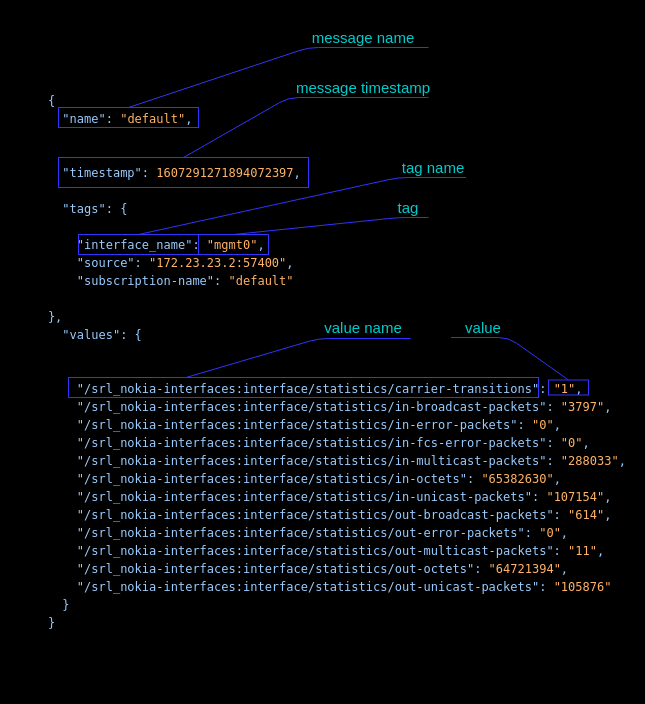
Above: diagrams/event_msg.drawio in karimra/gnmic (draw.io), before the change. Source tidied: cells renumbered, new cells numbered last; positions are measured from the earlier drawing's top-left corner, leaving out a move shared by most shapes. Both pictures are drawn from the tidied source at 100%, with x=0, y=0 at pixel (17, 17).
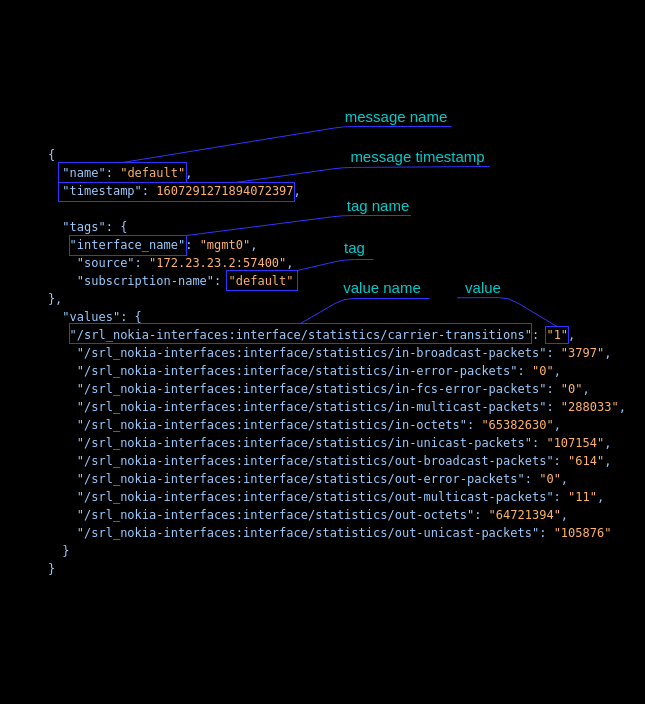
Above is the later version.

Diff of the diagram source:
```diff
@@
-    <mxCell id="2" value="&lt;div style=&quot;font-family: &amp;#34;menlo&amp;#34; , &amp;#34;monaco&amp;#34; , &amp;#34;courier new&amp;#34; , monospace ; line-height: 18px&quot;&gt;&lt;div&gt;&lt;font color=&quot;#99ccff&quot;&gt;&amp;nbsp; &amp;nbsp;&amp;nbsp;&lt;/font&gt;&lt;/div&gt;&lt;div&gt;&lt;font color=&quot;#99ccff&quot;&gt;&amp;nbsp; &amp;nbsp; {&lt;/font&gt;&lt;/div&gt;&lt;div&gt;&lt;font color=&quot;#99ccff&quot;&gt;&amp;nbsp; &amp;nbsp; &amp;nbsp; &quot;name&quot;: &lt;/font&gt;&lt;font color=&quot;#ffb366&quot;&gt;&quot;default&quot;&lt;/font&gt;&lt;font color=&quot;#99ccff&quot;&gt;,&lt;/font&gt;&lt;/div&gt;&lt;div&gt;&lt;br&gt;&lt;/div&gt;&lt;div&gt;&lt;font color=&quot;#99ccff&quot;&gt;&lt;br&gt;&lt;/font&gt;&lt;/div&gt;&lt;div&gt;&lt;font color=&quot;#99ccff&quot;&gt;&amp;nbsp; &amp;nbsp; &amp;nbsp; &quot;timestamp&quot;: &lt;/font&gt;&lt;font color=&quot;#ffb366&quot;&gt;1607291271894072397&lt;/font&gt;&lt;font color=&quot;#99ccff&quot;&gt;,&lt;/font&gt;&lt;/div&gt;&lt;div&gt;&lt;font color=&quot;#99ccff&quot;&gt;&lt;br&gt;&lt;/font&gt;&lt;/div&gt;&lt;div&gt;&lt;font color=&quot;#99ccff&quot;&gt;&amp;nbsp; &amp;nbsp; &amp;nbsp; &quot;tags&quot;: {&lt;/font&gt;&lt;/div&gt;&lt;div&gt;&lt;br&gt;&lt;/div&gt;&lt;div&gt;&lt;font color=&quot;#99ccff&quot;&gt;&amp;nbsp; &amp;nbsp; &amp;nbsp; &amp;nbsp; &quot;interface_name&quot;: &lt;/font&gt;&lt;font color=&quot;#ffb366&quot;&gt;&quot;mgmt0&quot;&lt;/font&gt;&lt;font color=&quot;#99ccff&quot;&gt;,&lt;/font&gt;&lt;/div&gt;&lt;div&gt;&lt;font color=&quot;#99ccff&quot;&gt;&amp;nbsp; &amp;nbsp; &amp;nbsp; &amp;nbsp; &quot;source&quot;: &lt;/font&gt;&lt;font color=&quot;#ffb366&quot;&gt;&quot;172.23.23.2:57400&quot;&lt;/font&gt;&lt;font color=&quot;#99ccff&quot;&gt;,&lt;/font&gt;&lt;/div&gt;&lt;div&gt;&lt;font color=&quot;#99ccff&quot;&gt;&amp;nbsp; &amp;nbsp; &amp;nbsp; &amp;nbsp; &quot;subscription-name&quot;: &lt;/font&gt;&lt;font color=&quot;#ffb366&quot;&gt;&quot;default&quot;&lt;/font&gt;&lt;/div&gt;&lt;div&gt;&lt;font color=&quot;#99ccff&quot;&gt;&lt;br&gt;&lt;/font&gt;&lt;/div&gt;&lt;div&gt;&lt;font color=&quot;#99ccff&quot;&gt;&amp;nbsp; &amp;nbsp; },&lt;/font&gt;&lt;/div&gt;&lt;div&gt;&lt;font color=&quot;#99ccff&quot;&gt;&amp;nbsp; &amp;nbsp; &amp;nbsp; &quot;values&quot;: {&lt;/font&gt;&lt;/div&gt;&lt;div&gt;&lt;font color=&quot;#99ccff&quot;&gt;&lt;br&gt;&lt;/font&gt;&lt;/div&gt;&lt;div&gt;&lt;br&gt;&lt;/div&gt;&lt;div&gt;&lt;font color=&quot;#99ccff&quot;&gt;&amp;nbsp; &amp;nbsp; &amp;nbsp; &amp;nbsp; &quot;/srl_nokia-interfaces:interface/statistics/carrier-transitions&quot;: &lt;/font&gt;&lt;font color=&quot;#ffb366&quot;&gt;&quot;1&quot;&lt;/font&gt;&lt;font color=&quot;#99ccff&quot;&gt;,&lt;/font&gt;&lt;/div&gt;&lt;div&gt;&lt;font color=&quot;#99ccff&quot;&gt;&amp;nbsp; &amp;nbsp; &amp;nbsp; &amp;nbsp; &quot;/srl_nokia-interfaces:interface/statistics/in-broadcast-packets&quot;: &lt;/font&gt;&lt;font color=&quot;#ffb366&quot;&gt;&quot;3797&quot;&lt;/font&gt;&lt;font color=&quot;#99ccff&quot;&gt;,&lt;/font&gt;&lt;/div&gt;&lt;div&gt;&lt;font color=&quot;#99ccff&quot;&gt;&amp;nbsp; &amp;nbsp; &amp;nbsp; &amp;nbsp; &quot;/srl_nokia-interfaces:interface/statistics/in-error-packets&quot;:&lt;/font&gt;&lt;font color=&quot;#ffb366&quot;&gt; &quot;0&quot;&lt;/font&gt;&lt;font color=&quot;#99ccff&quot;&gt;,&lt;/font&gt;&lt;/div&gt;&lt;div&gt;&lt;font color=&quot;#99ccff&quot;&gt;&amp;nbsp; &amp;nbsp; &amp;nbsp; &amp;nbsp; &quot;/srl_nokia-interfaces:interface/statistics/in-fcs-error-packets&quot;: &lt;/font&gt;&lt;font color=&quot;#ffb366&quot;&gt;&quot;0&quot;&lt;/font&gt;&lt;font color=&quot;#99ccff&quot;&gt;,&lt;/font&gt;&lt;/div&gt;&lt;div&gt;&lt;font color=&quot;#99ccff&quot;&gt;&amp;nbsp; &amp;nbsp; &amp;nbsp; &amp;nbsp; &quot;/srl_nokia-interfaces:interface/statistics/in-multicast-packets&quot;: &lt;/font&gt;&lt;font color=&quot;#ffb366&quot;&gt;&quot;288033&quot;&lt;/font&gt;&lt;font color=&quot;#99ccff&quot;&gt;,&lt;/font&gt;&lt;/div&gt;&lt;div&gt;&lt;font color=&quot;#99ccff&quot;&gt;&amp;nbsp; &amp;nbsp; &amp;nbsp; &amp;nbsp; &quot;/srl_nokia-interfaces:interface/statistics/in-octets&quot;: &lt;/font&gt;&lt;font color=&quot;#ffb366&quot;&gt;&quot;65382630&quot;&lt;/font&gt;&lt;font color=&quot;#99ccff&quot;&gt;,&lt;/font&gt;&lt;/div&gt;&lt;div&gt;&lt;font color=&quot;#99ccff&quot;&gt;&amp;nbsp; &amp;nbsp; &amp;nbsp; &amp;nbsp; &quot;/srl_nokia-interfaces:interface/statistics/in-unicast-packets&quot;: &lt;/font&gt;&lt;font color=&quot;#ffb366&quot;&gt;&quot;107154&quot;&lt;/font&gt;&lt;font color=&quot;#99ccff&quot;&gt;,&lt;/font&gt;&lt;/div&gt;&lt;div&gt;&lt;font color=&quot;#99ccff&quot;&gt;&amp;nbsp; &amp;nbsp; &amp;nbsp; &amp;nbsp; &quot;/srl_nokia-interfaces:interface/statistics/out-broadcast-packets&quot;: &lt;/font&gt;&lt;font color=&quot;#ffb366&quot;&gt;&quot;614&quot;&lt;/font&gt;&lt;font color=&quot;#99ccff&quot;&gt;,&lt;/font&gt;&lt;/div&gt;&lt;div&gt;&lt;font color=&quot;#99ccff&quot;&gt;&amp;nbsp; &amp;nbsp; &amp;nbsp; &amp;nbsp; &quot;/srl_nokia-interfaces:interface/statistics/out-error-packets&quot;:&lt;/font&gt;&lt;font color=&quot;#ffb366&quot;&gt; &quot;0&quot;&lt;/font&gt;&lt;font color=&quot;#99ccff&quot;&gt;,&lt;/font&gt;&lt;/div&gt;&lt;div&gt;&lt;font color=&quot;#99ccff&quot;&gt;&amp;nbsp; &amp;nbsp; &amp;nbsp; &amp;nbsp; &quot;/srl_nokia-interfaces:interface/statistics/out-multicast-packets&quot;: &lt;/font&gt;&lt;font color=&quot;#ffb366&quot;&gt;&quot;11&quot;&lt;/font&gt;&lt;font color=&quot;#99ccff&quot;&gt;,&lt;/font&gt;&lt;/div&gt;&lt;div&gt;&lt;font color=&quot;#99ccff&quot;&gt;&amp;nbsp; &amp;nbsp; &amp;nbsp; &amp;nbsp; &quot;/srl_nokia-interfaces:interface/statistics/out-octets&quot;: &lt;/font&gt;&lt;font color=&quot;#ffb366&quot;&gt;&quot;64721394&quot;&lt;/font&gt;&lt;font color=&quot;#99ccff&quot;&gt;,&lt;/font&gt;&lt;/div&gt;&lt;div&gt;&lt;font color=&quot;#99ccff&quot;&gt;&amp;nbsp; &amp;nbsp; &amp;nbsp; &amp;nbsp; &quot;/srl_nokia-interfaces:interface/statistics/out-unicast-packets&quot;: &lt;/font&gt;&lt;font color=&quot;#ffb366&quot;&gt;&quot;105876&quot;&lt;/font&gt;&lt;/div&gt;&lt;div&gt;&lt;font color=&quot;#99ccff&quot;&gt;&amp;nbsp; &amp;nbsp; &amp;nbsp; }&lt;/font&gt;&lt;/div&gt;&lt;div&gt;&lt;font color=&quot;#99ccff&quot;&gt;&amp;nbsp; &amp;nbsp; }&lt;/font&gt;&lt;/div&gt;&lt;/div&gt;" style="text;html=1;strokeColor=none;fillColor=none;align=left;verticalAlign=middle;whiteSpace=wrap;rounded=0;" parent="1" vertex="1">
+    <mxCell id="2" value="&lt;div style=&quot;font-family: &amp;#34;menlo&amp;#34; , &amp;#34;monaco&amp;#34; , &amp;#34;courier new&amp;#34; , monospace ; line-height: 18px&quot;&gt;&lt;div&gt;&lt;font color=&quot;#99ccff&quot;&gt;&amp;nbsp; &amp;nbsp;&amp;nbsp;&lt;/font&gt;&lt;/div&gt;&lt;div&gt;&lt;font color=&quot;#99ccff&quot;&gt;&amp;nbsp; &amp;nbsp; {&lt;/font&gt;&lt;/div&gt;&lt;div&gt;&lt;font color=&quot;#99ccff&quot;&gt;&amp;nbsp; &amp;nbsp; &amp;nbsp; &quot;name&quot;: &lt;/font&gt;&lt;font color=&quot;#ffb366&quot;&gt;&quot;default&quot;&lt;/font&gt;&lt;font color=&quot;#99ccff&quot;&gt;,&lt;/font&gt;&lt;/div&gt;&lt;div&gt;&lt;font color=&quot;#99ccff&quot;&gt;&amp;nbsp; &amp;nbsp; &amp;nbsp; &quot;timestamp&quot;: &lt;/font&gt;&lt;font color=&quot;#ffb366&quot;&gt;1607291271894072397&lt;/font&gt;&lt;font color=&quot;#99ccff&quot;&gt;,&lt;/font&gt;&lt;/div&gt;&lt;div&gt;&lt;font color=&quot;#99ccff&quot;&gt;&lt;br&gt;&lt;/font&gt;&lt;/div&gt;&lt;div&gt;&lt;font color=&quot;#99ccff&quot;&gt;&amp;nbsp; &amp;nbsp; &amp;nbsp; &quot;tags&quot;: {&lt;/font&gt;&lt;/div&gt;&lt;div&gt;&lt;font color=&quot;#99ccff&quot;&gt;&amp;nbsp; &amp;nbsp; &amp;nbsp; &amp;nbsp;&quot;interface_name&quot;: &lt;/font&gt;&lt;font color=&quot;#ffb366&quot;&gt;&quot;mgmt0&quot;&lt;/font&gt;&lt;font color=&quot;#99ccff&quot;&gt;,&lt;/font&gt;&lt;br&gt;&lt;/div&gt;&lt;div&gt;&lt;font color=&quot;#99ccff&quot;&gt;&amp;nbsp; &amp;nbsp; &amp;nbsp; &amp;nbsp; &quot;source&quot;: &lt;/font&gt;&lt;font color=&quot;#ffb366&quot;&gt;&quot;172.23.23.2:57400&quot;&lt;/font&gt;&lt;font color=&quot;#99ccff&quot;&gt;,&lt;/font&gt;&lt;/div&gt;&lt;div&gt;&lt;font color=&quot;#99ccff&quot;&gt;&amp;nbsp; &amp;nbsp; &amp;nbsp; &amp;nbsp; &quot;subscription-name&quot;: &lt;/font&gt;&lt;font color=&quot;#ffb366&quot;&gt;&quot;default&quot;&lt;/font&gt;&lt;/div&gt;&lt;div&gt;&lt;font color=&quot;#99ccff&quot;&gt;&amp;nbsp; &amp;nbsp; },&lt;/font&gt;&lt;/div&gt;&lt;div&gt;&lt;font color=&quot;#99ccff&quot;&gt;&amp;nbsp; &amp;nbsp; &amp;nbsp; &quot;values&quot;: {&lt;/font&gt;&lt;/div&gt;&lt;div&gt;&lt;font color=&quot;#99ccff&quot;&gt;&amp;nbsp; &amp;nbsp; &amp;nbsp; &amp;nbsp;&quot;/srl_nokia-interfaces:interface/statistics/carrier-transitions&quot;: &lt;/font&gt;&lt;font color=&quot;#ffb366&quot;&gt;&quot;1&quot;&lt;/font&gt;&lt;font color=&quot;#99ccff&quot;&gt;,&lt;/font&gt;&lt;br&gt;&lt;/div&gt;&lt;div&gt;&lt;font color=&quot;#99ccff&quot;&gt;&amp;nbsp; &amp;nbsp; &amp;nbsp; &amp;nbsp; &quot;/srl_nokia-interfaces:interface/statistics/in-broadcast-packets&quot;: &lt;/font&gt;&lt;font color=&quot;#ffb366&quot;&gt;&quot;3797&quot;&lt;/font&gt;&lt;font color=&quot;#99ccff&quot;&gt;,&lt;/font&gt;&lt;/div&gt;&lt;div&gt;&lt;font color=&quot;#99ccff&quot;&gt;&amp;nbsp; &amp;nbsp; &amp;nbsp; &amp;nbsp; &quot;/srl_nokia-interfaces:interface/statistics/in-error-packets&quot;:&lt;/font&gt;&lt;font color=&quot;#ffb366&quot;&gt; &quot;0&quot;&lt;/font&gt;&lt;font color=&quot;#99ccff&quot;&gt;,&lt;/font&gt;&lt;/div&gt;&lt;div&gt;&lt;font color=&quot;#99ccff&quot;&gt;&amp;nbsp; &amp;nbsp; &amp;nbsp; &amp;nbsp; &quot;/srl_nokia-interfaces:interface/statistics/in-fcs-error-packets&quot;: &lt;/font&gt;&lt;font color=&quot;#ffb366&quot;&gt;&quot;0&quot;&lt;/font&gt;&lt;font color=&quot;#99ccff&quot;&gt;,&lt;/font&gt;&lt;/div&gt;&lt;div&gt;&lt;font color=&quot;#99ccff&quot;&gt;&amp;nbsp; &amp;nbsp; &amp;nbsp; &amp;nbsp; &quot;/srl_nokia-interfaces:interface/statistics/in-multicast-packets&quot;: &lt;/font&gt;&lt;font color=&quot;#ffb366&quot;&gt;&quot;288033&quot;&lt;/font&gt;&lt;font color=&quot;#99ccff&quot;&gt;,&lt;/font&gt;&lt;/div&gt;&lt;div&gt;&lt;font color=&quot;#99ccff&quot;&gt;&amp;nbsp; &amp;nbsp; &amp;nbsp; &amp;nbsp; &quot;/srl_nokia-interfaces:interface/statistics/in-octets&quot;: &lt;/font&gt;&lt;font color=&quot;#ffb366&quot;&gt;&quot;65382630&quot;&lt;/font&gt;&lt;font color=&quot;#99ccff&quot;&gt;,&lt;/font&gt;&lt;/div&gt;&lt;div&gt;&lt;font color=&quot;#99ccff&quot;&gt;&amp;nbsp; &amp;nbsp; &amp;nbsp; &amp;nbsp; &quot;/srl_nokia-interfaces:interface/statistics/in-unicast-packets&quot;: &lt;/font&gt;&lt;font color=&quot;#ffb366&quot;&gt;&quot;107154&quot;&lt;/font&gt;&lt;font color=&quot;#99ccff&quot;&gt;,&lt;/font&gt;&lt;/div&gt;&lt;div&gt;&lt;font color=&quot;#99ccff&quot;&gt;&amp;nbsp; &amp;nbsp; &amp;nbsp; &amp;nbsp; &quot;/srl_nokia-interfaces:interface/statistics/out-broadcast-packets&quot;: &lt;/font&gt;&lt;font color=&quot;#ffb366&quot;&gt;&quot;614&quot;&lt;/font&gt;&lt;font color=&quot;#99ccff&quot;&gt;,&lt;/font&gt;&lt;/div&gt;&lt;div&gt;&lt;font color=&quot;#99ccff&quot;&gt;&amp;nbsp; &amp;nbsp; &amp;nbsp; &amp;nbsp; &quot;/srl_nokia-interfaces:interface/statistics/out-error-packets&quot;:&lt;/font&gt;&lt;font color=&quot;#ffb366&quot;&gt; &quot;0&quot;&lt;/font&gt;&lt;font color=&quot;#99ccff&quot;&gt;,&lt;/font&gt;&lt;/div&gt;&lt;div&gt;&lt;font color=&quot;#99ccff&quot;&gt;&amp;nbsp; &amp;nbsp; &amp;nbsp; &amp;nbsp; &quot;/srl_nokia-interfaces:interface/statistics/out-multicast-packets&quot;: &lt;/font&gt;&lt;font color=&quot;#ffb366&quot;&gt;&quot;11&quot;&lt;/font&gt;&lt;font color=&quot;#99ccff&quot;&gt;,&lt;/font&gt;&lt;/div&gt;&lt;div&gt;&lt;font color=&quot;#99ccff&quot;&gt;&amp;nbsp; &amp;nbsp; &amp;nbsp; &amp;nbsp; &quot;/srl_nokia-interfaces:interface/statistics/out-octets&quot;: &lt;/font&gt;&lt;font color=&quot;#ffb366&quot;&gt;&quot;64721394&quot;&lt;/font&gt;&lt;font color=&quot;#99ccff&quot;&gt;,&lt;/font&gt;&lt;/div&gt;&lt;div&gt;&lt;font color=&quot;#99ccff&quot;&gt;&amp;nbsp; &amp;nbsp; &amp;nbsp; &amp;nbsp; &quot;/srl_nokia-interfaces:interface/statistics/out-unicast-packets&quot;: &lt;/font&gt;&lt;font color=&quot;#ffb366&quot;&gt;&quot;105876&quot;&lt;/font&gt;&lt;/div&gt;&lt;div&gt;&lt;font color=&quot;#99ccff&quot;&gt;&amp;nbsp; &amp;nbsp; &amp;nbsp; }&lt;/font&gt;&lt;/div&gt;&lt;div&gt;&lt;font color=&quot;#99ccff&quot;&gt;&amp;nbsp; &amp;nbsp; }&lt;/font&gt;&lt;/div&gt;&lt;/div&gt;" style="text;html=1;strokeColor=none;fillColor=none;align=left;verticalAlign=middle;whiteSpace=wrap;rounded=0;" parent="1" vertex="1">
       <mxGeometry width="611" height="670" as="geometry" />
     </mxCell>
     <mxCell id="3" value="&lt;font style=&quot;font-size: 15px&quot; color=&quot;#00cccc&quot;&gt;message name&lt;/font&gt;" style="text;html=1;strokeColor=none;fillColor=none;align=center;verticalAlign=middle;whiteSpace=wrap;rounded=0;" parent="1" vertex="1">
-      <mxGeometry x="281" y="10" width="130" height="20" as="geometry" />
+      <mxGeometry x="324" y="89" width="110" height="20" as="geometry" />
     </mxCell>
     <mxCell id="4" value="&lt;font style=&quot;font-size: 15px&quot; color=&quot;#00cccc&quot;&gt;tag name&lt;/font&gt;" style="text;html=1;strokeColor=none;fillColor=none;align=center;verticalAlign=middle;whiteSpace=wrap;rounded=0;" parent="1" vertex="1">
-      <mxGeometry x="351" y="140" width="130" height="20" as="geometry" />
+      <mxGeometry x="296" y="178" width="130" height="20" as="geometry" />
     </mxCell>
-    <mxCell id="5" value="&lt;span style=&quot;font-size: 15px&quot;&gt;&lt;font color=&quot;#00cccc&quot;&gt;tag&lt;/font&gt;&lt;/span&gt;" style="text;html=1;strokeColor=none;fillColor=none;align=center;verticalAlign=middle;whiteSpace=wrap;rounded=0;" parent="1" vertex="1">
-      <mxGeometry x="351" y="180" width="80" height="20" as="geometry" />
-    </mxCell>
     <mxCell id="6" value="&lt;span style=&quot;color: rgb(0 , 204 , 204) ; font-size: 15px&quot;&gt;message&lt;/span&gt;&lt;font style=&quot;font-size: 15px&quot; color=&quot;#00cccc&quot;&gt;&amp;nbsp;timestamp&lt;/font&gt;" style="text;html=1;strokeColor=none;fillColor=none;align=center;verticalAlign=middle;whiteSpace=wrap;rounded=0;" parent="1" vertex="1">
-      <mxGeometry x="281" y="60" width="130" height="20" as="geometry" />
+      <mxGeometry x="329" y="129" width="143" height="20" as="geometry" />
     </mxCell>
     <mxCell id="7" value="&lt;font style=&quot;font-size: 15px&quot; color=&quot;#00cccc&quot;&gt;value name&lt;/font&gt;" style="text;html=1;strokeColor=none;fillColor=none;align=center;verticalAlign=middle;whiteSpace=wrap;rounded=0;" parent="1" vertex="1">
-      <mxGeometry x="281" y="300" width="130" height="20" as="geometry" />
+      <mxGeometry x="300" y="260" width="130" height="20" as="geometry" />
     </mxCell>
     <mxCell id="8" value="&lt;span style=&quot;font-size: 15px&quot;&gt;&lt;font color=&quot;#00cccc&quot;&gt;value&lt;/font&gt;&lt;/span&gt;" style="text;html=1;strokeColor=none;fillColor=none;align=center;verticalAlign=middle;whiteSpace=wrap;rounded=0;" parent="1" vertex="1">
-      <mxGeometry x="401" y="300" width="130" height="20" as="geometry" />
+      <mxGeometry x="401" y="260" width="130" height="20" as="geometry" />
     </mxCell>
-    <mxCell id="9" style="endArrow=none;html=1;strokeColor=#3333FF;entryX=0.5;entryY=0;entryDx=0;entryDy=0;exitX=1;exitY=1;exitDx=0;exitDy=0;" parent="1" edge="1" source="6" target="17">
+    <mxCell id="9" style="endArrow=none;html=1;strokeColor=#3333FF;entryX=0.75;entryY=0;entryDx=0;entryDy=0;exitX=1;exitY=1;exitDx=0;exitDy=0;" parent="1" edge="1" source="6" target="17">
       <mxGeometry relative="1" as="geometry">
         <Array as="points">
-          <mxPoint x="271" y="80" />
+          <mxPoint x="325" y="150" />
         </Array>
       </mxGeometry>
     </mxCell>
     <mxCell id="10" style="endArrow=none;html=1;strokeColor=#3333FF;exitX=0.5;exitY=0;exitDx=0;exitDy=0;entryX=1;entryY=1;entryDx=0;entryDy=0;" parent="1" edge="1" source="15" target="3">
       <mxGeometry relative="1" as="geometry">
         <Array as="points">
-          <mxPoint x="291" y="30" />
+          <mxPoint x="326" y="109" />
         </Array>
       </mxGeometry>
     </mxCell>
-    <mxCell id="11" style="endArrow=none;html=1;strokeColor=#3333FF;entryX=0.75;entryY=1;entryDx=0;entryDy=0;exitX=0.5;exitY=0;exitDx=0;exitDy=0;" parent="1" edge="1" source="18" target="4">
+    <mxCell id="11" style="endArrow=none;html=1;strokeColor=#3333FF;exitX=1;exitY=0;exitDx=0;exitDy=0;entryX=0.75;entryY=1;entryDx=0;entryDy=0;" parent="1" edge="1" source="18" target="4">
       <mxGeometry relative="1" as="geometry">
         <Array as="points">
-          <mxPoint x="381" y="160" />
+          <mxPoint x="325" y="198" />
         </Array>
       </mxGeometry>
     </mxCell>
-    <mxCell id="12" style="endArrow=none;html=1;strokeColor=#3333FF;exitX=0.5;exitY=0;exitDx=0;exitDy=0;entryX=0.75;entryY=1;entryDx=0;entryDy=0;" parent="1" edge="1" source="19" target="5">
-      <mxGeometry relative="1" as="geometry">
-        <Array as="points">
-          <mxPoint x="381" y="200" />
-        </Array>
-      </mxGeometry>
-    </mxCell>
-    <mxCell id="13" style="endArrow=none;html=1;strokeColor=#3333FF;exitX=0.25;exitY=0;exitDx=0;exitDy=0;entryX=0.862;entryY=1.05;entryDx=0;entryDy=0;entryPerimeter=0;" parent="1" edge="1" source="20" target="7">
+    <mxCell id="13" style="endArrow=none;html=1;strokeColor=#3333FF;exitX=0.5;exitY=0;exitDx=0;exitDy=0;entryX=0.862;entryY=1.05;entryDx=0;entryDy=0;entryPerimeter=0;" parent="1" edge="1" source="20" target="7">
       <mxGeometry relative="1" as="geometry">
         <Array as="points">
-          <mxPoint x="301" y="321" />
+          <mxPoint x="326" y="281" />
         </Array>
       </mxGeometry>
     </mxCell>
-    <mxCell id="14" style="endArrow=none;html=1;strokeColor=#3333FF;exitX=0.5;exitY=0;exitDx=0;exitDy=0;entryX=0.25;entryY=1;entryDx=0;entryDy=0;" parent="1" edge="1" source="21" target="8">
+    <mxCell id="14" style="endArrow=none;html=1;strokeColor=#3333FF;exitX=0.5;exitY=0;exitDx=0;exitDy=0;entryX=0.296;entryY=1.014;entryDx=0;entryDy=0;entryPerimeter=0;" parent="1" edge="1" source="21" target="8">
       <mxGeometry relative="1" as="geometry">
         <Array as="points">
-          <mxPoint x="491" y="320" />
+          <mxPoint x="491" y="280" />
         </Array>
       </mxGeometry>
     </mxCell>
     <mxCell id="15" style="rounded=0;whiteSpace=wrap;html=1;strokeColor=#3333FF;fillColor=none;" parent="1" vertex="1">
-      <mxGeometry x="41" y="90" width="140" height="20" as="geometry" />
+      <mxGeometry x="41" y="145" width="128" height="20" as="geometry" />
     </mxCell>
@@
     <mxCell id="17" style="rounded=0;whiteSpace=wrap;html=1;strokeColor=#3333FF;fillColor=none;" parent="1" vertex="1">
-      <mxGeometry x="41" y="140" width="250" height="30" as="geometry" />
+      <mxGeometry x="41" y="165" width="236" height="19" as="geometry" />
     </mxCell>
     <mxCell id="18" style="rounded=0;whiteSpace=wrap;html=1;strokeColor=#3333FF;fillColor=none;" parent="1" vertex="1">
-      <mxGeometry x="61" y="217" width="120" height="20" as="geometry" />
+      <mxGeometry x="52" y="218" width="117" height="20" as="geometry" />
     </mxCell>
     <mxCell id="19" style="rounded=0;whiteSpace=wrap;html=1;strokeColor=#3333FF;fillColor=none;" parent="1" vertex="1">
-      <mxGeometry x="181" y="217" width="70" height="20" as="geometry" />
+      <mxGeometry x="209" y="253" width="71" height="20" as="geometry" />
     </mxCell>
     <mxCell id="20" style="rounded=0;whiteSpace=wrap;html=1;strokeColor=#3333FF;fillColor=none;" parent="1" vertex="1">
-      <mxGeometry x="51" y="360" width="470" height="20" as="geometry" />
+      <mxGeometry x="52" y="306" width="462" height="20" as="geometry" />
     </mxCell>
     <mxCell id="21" style="rounded=0;whiteSpace=wrap;html=1;strokeColor=#3333FF;fillColor=none;" parent="1" vertex="1">
-      <mxGeometry x="531" y="362.5" width="40" height="15" as="geometry" />
+      <mxGeometry x="528" y="309" width="23" height="17" as="geometry" />
     </mxCell>
@@
+    <mxCell id="5" value="&lt;span style=&quot;font-size: 15px&quot;&gt;&lt;font color=&quot;#00cccc&quot;&gt;tag&lt;/font&gt;&lt;/span&gt;" style="text;html=1;strokeColor=none;fillColor=none;align=center;verticalAlign=middle;whiteSpace=wrap;rounded=0;" parent="1" vertex="1">
+      <mxGeometry x="319" y="218" width="37" height="24" as="geometry" />
+    </mxCell>
+    <mxCell id="12" style="endArrow=none;html=1;strokeColor=#3333FF;exitX=1;exitY=0;exitDx=0;exitDy=0;entryX=1;entryY=1;entryDx=0;entryDy=0;" parent="1" edge="1" source="19" target="5">
+      <mxGeometry relative="1" as="geometry">
+        <Array as="points">
+          <mxPoint x="327" y="242" />
+        </Array>
+      </mxGeometry>
+    </mxCell>
```
